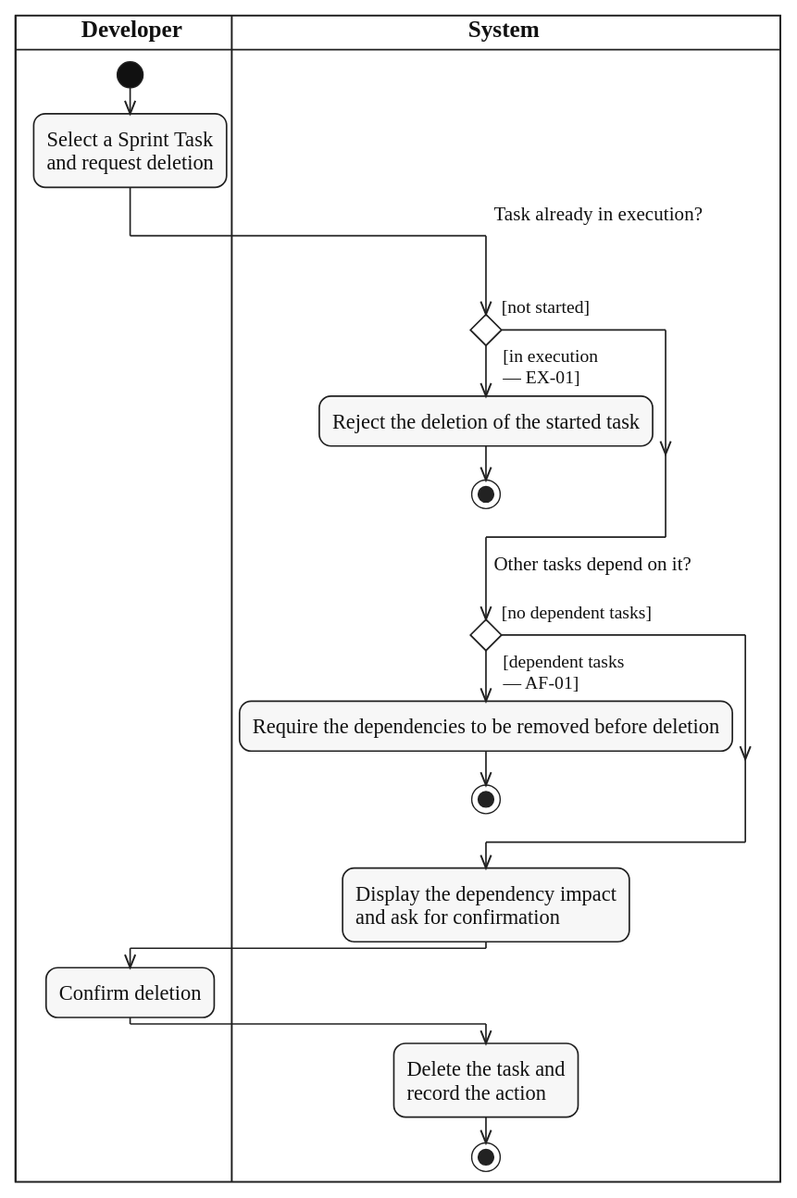
This is diagrams/activity/sprint-work/svg/UC-SPRINT-TASK-DELETE.svg from lukenab/swd392-doc-automation, a PlantUML export, as it was before one commit. Its source is kept beside it as diagrams/activity/sprint-work/source/UC-SPRINT-TASK-DELETE.puml. The source it was exported from:
```plantuml
@startuml UC-SPRINT-TASK-DELETE
!include ../../_shared/activity-style.puml
|DEV| $lane_title("Developer")
|SYS| $lane_title("System")

|DEV|
start
:Select a Sprint Task
and request deletion;
|SYS|
if ($question_x("Task already in execution?")) then ($guard_left("[not started]"))
else ($guard_right("[in execution", "— EX-01]"))
  :Reject the deletion of the started task;
  stop
endif
if ($question("Other tasks depend on it?")) then ($guard_left("[no dependent tasks]"))
else ($guard_right("[dependent tasks", "— AF-01]"))
  :Require the dependencies to be removed before deletion;
  stop
endif
:Display the dependency impact
and ask for confirmation;
|DEV|
:Confirm deletion;
|SYS|
:Delete the task and
record the action;
stop
@enduml
```
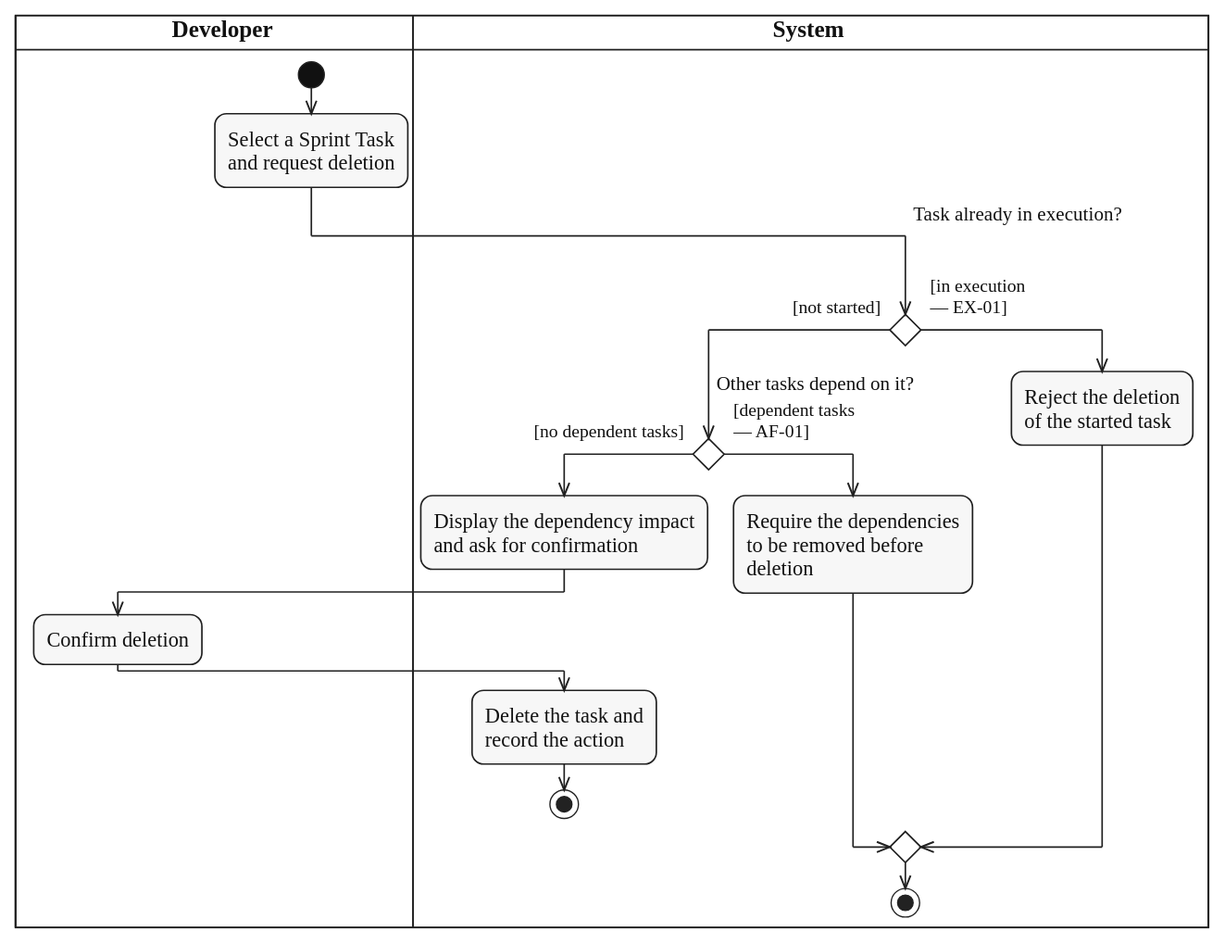
Later version of the same file.

Diff of the diagram source:
```diff
@@ -9,21 +9,23 @@
 and request deletion;
 |SYS|
 if ($question_x("Task already in execution?")) then ($guard_left("[not started]"))
+  if ($question("Other tasks depend on it?")) then ($guard_left("[no dependent tasks]"))
+    :Display the dependency impact
+    and ask for confirmation;
+    |DEV|
+    :Confirm deletion;
+    |SYS|
+    :Delete the task and
+    record the action;
+    stop
+  else ($guard_right("[dependent tasks", "— AF-01]"))
+    :Require the dependencies
+    to be removed before
+    deletion;
+  endif
 else ($guard_right("[in execution", "— EX-01]"))
-  :Reject the deletion of the started task;
-  stop
+  :Reject the deletion
+  of the started task;
 endif
-if ($question("Other tasks depend on it?")) then ($guard_left("[no dependent tasks]"))
-else ($guard_right("[dependent tasks", "— AF-01]"))
-  :Require the dependencies to be removed before deletion;
-  stop
-endif
-:Display the dependency impact
-and ask for confirmation;
-|DEV|
-:Confirm deletion;
-|SYS|
-:Delete the task and
-record the action;
 stop
 @enduml
```
